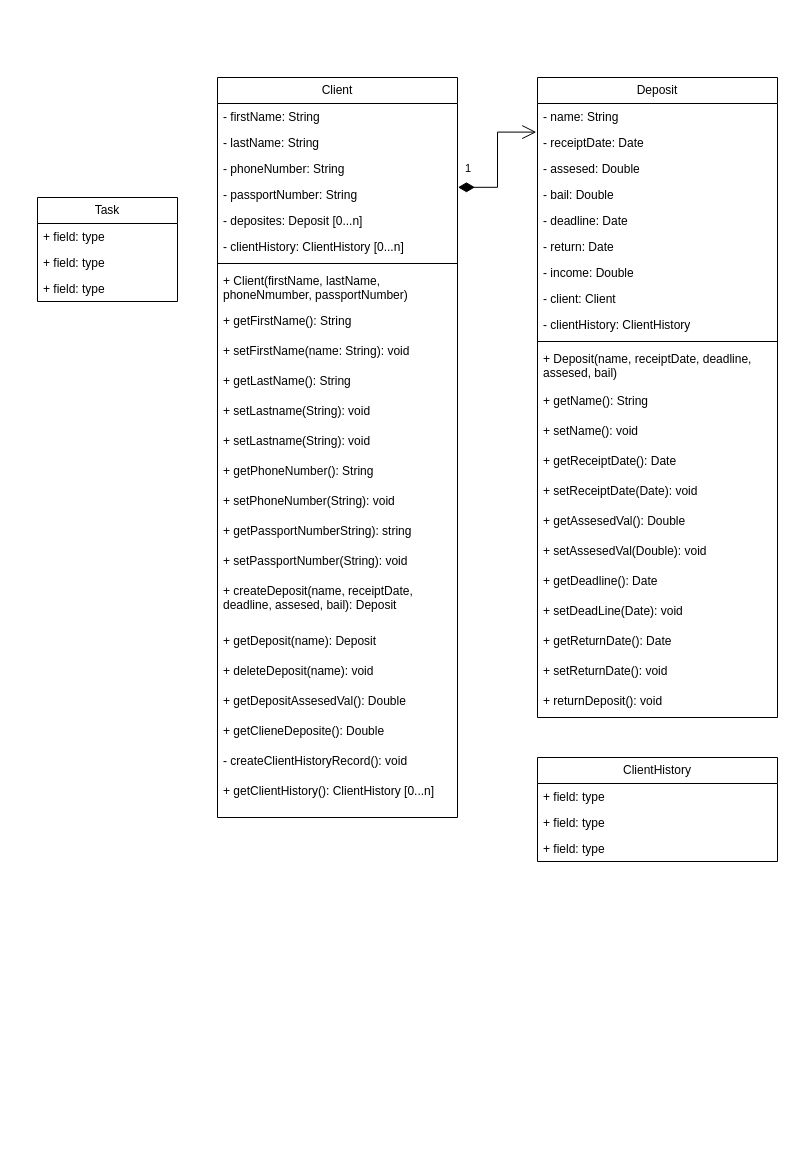
Earlier version of the draw.io diagram Untitled Diagram.drawio (rkaznouski/wallet). Source tidied: cells renumbered, new cells numbered last; positions are measured from the earlier drawing's top-left corner, leaving out a move shared by most shapes. Both pictures are drawn from the tidied source at 100%, with x=0, y=0 at pixel (37, 77).
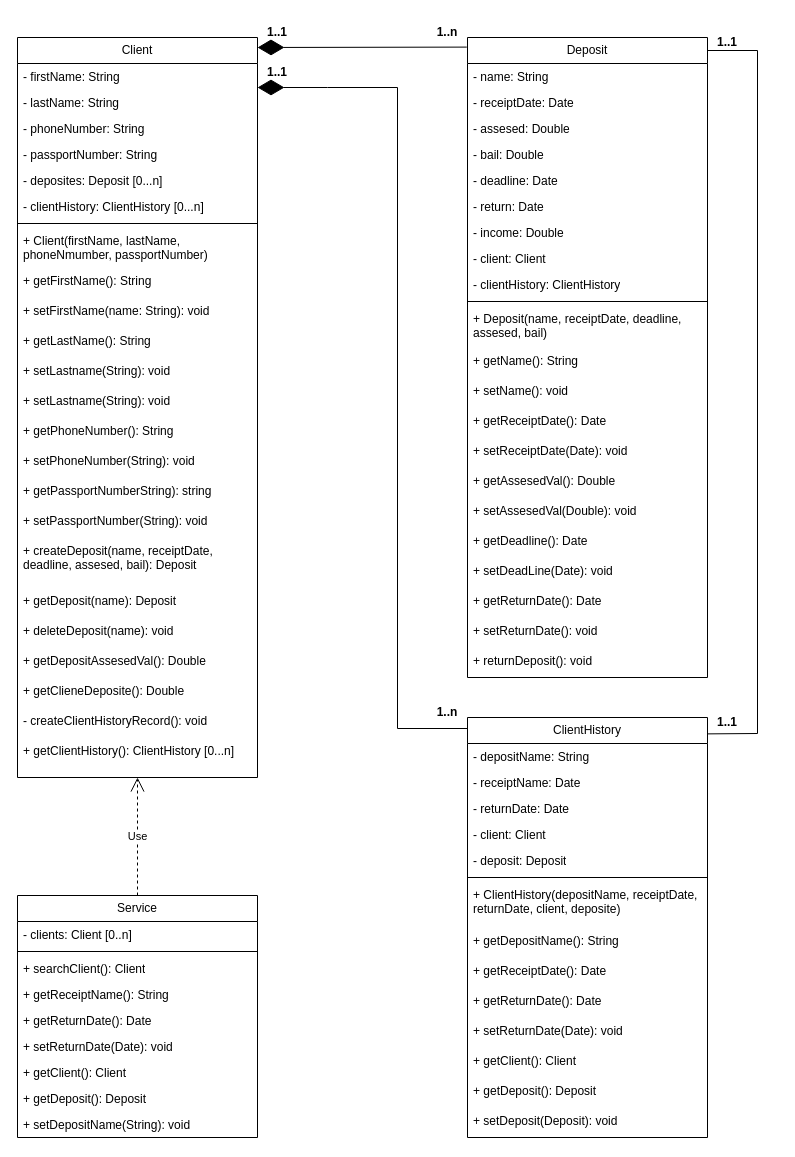
Above is the later version.

Unchanged cells that the change refers to:
```xml
<mxCell id="6" value="- passportNumber: String" style="text;strokeColor=none;fillColor=none;align=left;verticalAlign=top;spacingLeft=4;spacingRight=4;overflow=hidden;points=[[0,0.5],[1,0.5]];portConstraint=eastwest;whiteSpace=wrap;html=1;" parent="2" vertex="1">
  <mxGeometry y="104" width="240" height="26" as="geometry" />
</mxCell>
<mxCell id="29" value="- receiptDate: Date" style="text;strokeColor=none;fillColor=none;align=left;verticalAlign=top;spacingLeft=4;spacingRight=4;overflow=hidden;points=[[0,0.5],[1,0.5]];portConstraint=eastwest;whiteSpace=wrap;html=1;" parent="27" vertex="1">
  <mxGeometry y="52" width="240" height="26" as="geometry" />
</mxCell>
```

Diff of the diagram source:
```diff
@@
     <mxCell id="2" value="Client" style="swimlane;fontStyle=0;horizontal=1;startSize=26;fillColor=none;whiteSpace=wrap;html=1;" parent="1" vertex="1">
-      <mxGeometry x="180" width="240" height="740" as="geometry" />
+      <mxGeometry x="-20" y="-40" width="240" height="740" as="geometry" />
     </mxCell>
@@
     <mxCell id="27" value="Deposit" style="swimlane;fontStyle=0;horizontal=1;startSize=26;fillColor=none;whiteSpace=wrap;html=1;" parent="1" vertex="1">
-      <mxGeometry x="500" width="240" height="640" as="geometry" />
+      <mxGeometry x="430" y="-40" width="240" height="640" as="geometry" />
     </mxCell>
@@
     <mxCell id="50" value="ClientHistory" style="swimlane;fontStyle=0;horizontal=1;startSize=26;fillColor=none;whiteSpace=wrap;html=1;" parent="1" vertex="1">
-      <mxGeometry x="500" y="680" width="240" height="104" as="geometry" />
+      <mxGeometry x="430" y="640" width="240" height="420" as="geometry" />
     </mxCell>
-    <mxCell id="51" value="+ field: type" style="text;strokeColor=none;fillColor=none;align=left;verticalAlign=top;spacingLeft=4;spacingRight=4;overflow=hidden;whiteSpace=wrap;html=1;" parent="50" vertex="1">
+    <mxCell id="51" value="- depositName: String" style="text;strokeColor=none;fillColor=none;align=left;verticalAlign=top;spacingLeft=4;spacingRight=4;overflow=hidden;whiteSpace=wrap;html=1;" parent="50" vertex="1">
       <mxGeometry y="26" width="240" height="26" as="geometry" />
     </mxCell>
-    <mxCell id="52" value="+ field: type" style="text;strokeColor=none;fillColor=none;align=left;verticalAlign=top;spacingLeft=4;spacingRight=4;overflow=hidden;whiteSpace=wrap;html=1;" parent="50" vertex="1">
-      <mxGeometry y="52" width="240" height="26" as="geometry" />
-    </mxCell>
-    <mxCell id="53" value="+ field: type" style="text;strokeColor=none;fillColor=none;align=left;verticalAlign=top;spacingLeft=4;spacingRight=4;overflow=hidden;whiteSpace=wrap;html=1;" parent="50" vertex="1">
-      <mxGeometry y="78" width="240" height="26" as="geometry" />
-    </mxCell>
-    <mxCell id="54" value="1" style="endArrow=open;html=1;endSize=12;startArrow=diamondThin;startSize=14;startFill=1;edgeStyle=orthogonalEdgeStyle;align=left;verticalAlign=bottom;rounded=0;entryX=-0.005;entryY=0.1;entryDx=0;entryDy=0;entryPerimeter=0;exitX=1.002;exitY=0.223;exitDx=0;exitDy=0;exitPerimeter=0;" parent="1" edge="1" source="6" target="29">
-      <mxGeometry x="-0.91" y="10" relative="1" as="geometry">
-        <Array as="points">
-          <mxPoint x="460" y="110" />
-          <mxPoint x="460" y="55" />
-        </Array>
-      </mxGeometry>
-    </mxCell>
+    <mxCell id="59" value="- receiptName: Date" style="text;strokeColor=none;fillColor=none;align=left;verticalAlign=top;spacingLeft=4;spacingRight=4;overflow=hidden;whiteSpace=wrap;html=1;" parent="50" vertex="1">
+      <mxGeometry y="52" width="240" height="26" as="geometry" />
+    </mxCell>
+    <mxCell id="60" value="- returnDate: Date" style="text;strokeColor=none;fillColor=none;align=left;verticalAlign=top;spacingLeft=4;spacingRight=4;overflow=hidden;whiteSpace=wrap;html=1;" parent="50" vertex="1">
+      <mxGeometry y="78" width="240" height="26" as="geometry" />
+    </mxCell>
+    <mxCell id="61" value="- client: Client" style="text;strokeColor=none;fillColor=none;align=left;verticalAlign=top;spacingLeft=4;spacingRight=4;overflow=hidden;whiteSpace=wrap;html=1;" parent="50" vertex="1">
+      <mxGeometry y="104" width="240" height="26" as="geometry" />
+    </mxCell>
+    <mxCell id="62" value="- deposit: Deposit" style="text;strokeColor=none;fillColor=none;align=left;verticalAlign=top;spacingLeft=4;spacingRight=4;overflow=hidden;whiteSpace=wrap;html=1;" parent="50" vertex="1">
+      <mxGeometry y="130" width="240" height="26" as="geometry" />
+    </mxCell>
+    <mxCell id="63" style="line;strokeWidth=1;fillColor=none;align=left;verticalAlign=middle;spacingTop=-1;spacingLeft=3;spacingRight=3;labelPosition=right;strokeColor=inherit;" parent="50" vertex="1">
+      <mxGeometry y="156" width="240" height="8" as="geometry" />
+    </mxCell>
+    <mxCell id="64" value="+ ClientHistory(depositName, receiptDate, returnDate, client, deposite)" style="text;strokeColor=none;fillColor=none;align=left;verticalAlign=top;spacingLeft=4;spacingRight=4;overflow=hidden;whiteSpace=wrap;html=1;" parent="50" vertex="1">
+      <mxGeometry y="164" width="240" height="46" as="geometry" />
+    </mxCell>
+    <mxCell id="65" value="+ getDepositName(): String" style="text;strokeColor=none;fillColor=none;align=left;verticalAlign=top;spacingLeft=4;spacingRight=4;overflow=hidden;whiteSpace=wrap;html=1;" parent="50" vertex="1">
+      <mxGeometry y="210" width="240" height="30" as="geometry" />
+    </mxCell>
+    <mxCell id="66" value="+ getReceiptDate(): Date" style="text;strokeColor=none;fillColor=none;align=left;verticalAlign=top;spacingLeft=4;spacingRight=4;overflow=hidden;whiteSpace=wrap;html=1;" parent="50" vertex="1">
+      <mxGeometry y="240" width="240" height="30" as="geometry" />
+    </mxCell>
+    <mxCell id="67" value="+ getReturnDate(): Date" style="text;strokeColor=none;fillColor=none;align=left;verticalAlign=top;spacingLeft=4;spacingRight=4;overflow=hidden;whiteSpace=wrap;html=1;" parent="50" vertex="1">
+      <mxGeometry y="270" width="240" height="30" as="geometry" />
+    </mxCell>
+    <mxCell id="68" value="+ setReturnDate(Date): void" style="text;strokeColor=none;fillColor=none;align=left;verticalAlign=top;spacingLeft=4;spacingRight=4;overflow=hidden;whiteSpace=wrap;html=1;" parent="50" vertex="1">
+      <mxGeometry y="300" width="240" height="30" as="geometry" />
+    </mxCell>
+    <mxCell id="69" value="+ getClient(): Client" style="text;strokeColor=none;fillColor=none;align=left;verticalAlign=top;spacingLeft=4;spacingRight=4;overflow=hidden;whiteSpace=wrap;html=1;" parent="50" vertex="1">
+      <mxGeometry y="330" width="240" height="30" as="geometry" />
+    </mxCell>
+    <mxCell id="70" value="+ getDeposit(): Deposit" style="text;strokeColor=none;fillColor=none;align=left;verticalAlign=top;spacingLeft=4;spacingRight=4;overflow=hidden;whiteSpace=wrap;html=1;" parent="50" vertex="1">
+      <mxGeometry y="360" width="240" height="30" as="geometry" />
+    </mxCell>
+    <mxCell id="71" value="+ setDeposit(Deposit): void" style="text;strokeColor=none;fillColor=none;align=left;verticalAlign=top;spacingLeft=4;spacingRight=4;overflow=hidden;whiteSpace=wrap;html=1;" parent="50" vertex="1">
+      <mxGeometry y="390" width="240" height="30" as="geometry" />
+    </mxCell>
-    <mxCell id="55" value="Task" style="swimlane;fontStyle=0;horizontal=1;startSize=26;fillColor=none;whiteSpace=wrap;html=1;" parent="1" vertex="1">
-      <mxGeometry y="120" width="140" height="104" as="geometry" />
+    <mxCell id="55" value="Service" style="swimlane;fontStyle=0;horizontal=1;startSize=26;fillColor=none;whiteSpace=wrap;html=1;" parent="1" vertex="1">
+      <mxGeometry x="-20" y="818" width="240" height="242" as="geometry" />
     </mxCell>
-    <mxCell id="56" value="+ field: type" style="text;strokeColor=none;fillColor=none;align=left;verticalAlign=top;spacingLeft=4;spacingRight=4;overflow=hidden;whiteSpace=wrap;html=1;" parent="55" vertex="1">
-      <mxGeometry y="26" width="140" height="26" as="geometry" />
+    <mxCell id="56" value="- clients: Client [0..n]" style="text;strokeColor=none;fillColor=none;align=left;verticalAlign=top;spacingLeft=4;spacingRight=4;overflow=hidden;whiteSpace=wrap;html=1;" parent="55" vertex="1">
+      <mxGeometry y="26" width="240" height="26" as="geometry" />
     </mxCell>
-    <mxCell id="57" value="+ field: type" style="text;strokeColor=none;fillColor=none;align=left;verticalAlign=top;spacingLeft=4;spacingRight=4;overflow=hidden;whiteSpace=wrap;html=1;" parent="55" vertex="1">
-      <mxGeometry y="52" width="140" height="26" as="geometry" />
-    </mxCell>
-    <mxCell id="58" value="+ field: type" style="text;strokeColor=none;fillColor=none;align=left;verticalAlign=top;spacingLeft=4;spacingRight=4;overflow=hidden;whiteSpace=wrap;html=1;" parent="55" vertex="1">
-      <mxGeometry y="78" width="140" height="26" as="geometry" />
-    </mxCell>
+    <mxCell id="72" style="line;strokeWidth=1;fillColor=none;align=left;verticalAlign=middle;spacingTop=-1;spacingLeft=3;spacingRight=3;labelPosition=right;strokeColor=inherit;" parent="55" vertex="1">
+      <mxGeometry y="52" width="240" height="8" as="geometry" />
+    </mxCell>
+    <mxCell id="73" value="+ searchClient(): Client" style="text;strokeColor=none;fillColor=none;align=left;verticalAlign=top;spacingLeft=4;spacingRight=4;overflow=hidden;whiteSpace=wrap;html=1;" parent="55" vertex="1">
+      <mxGeometry y="60" width="240" height="26" as="geometry" />
+    </mxCell>
+    <mxCell id="74" value="+ getReceiptName(): String" style="text;strokeColor=none;fillColor=none;align=left;verticalAlign=top;spacingLeft=4;spacingRight=4;overflow=hidden;whiteSpace=wrap;html=1;" parent="55" vertex="1">
+      <mxGeometry y="86" width="240" height="26" as="geometry" />
+    </mxCell>
+    <mxCell id="75" value="+ getReturnDate(): Date" style="text;strokeColor=none;fillColor=none;align=left;verticalAlign=top;spacingLeft=4;spacingRight=4;overflow=hidden;whiteSpace=wrap;html=1;" parent="55" vertex="1">
+      <mxGeometry y="112" width="240" height="26" as="geometry" />
+    </mxCell>
+    <mxCell id="76" value="+ setReturnDate(Date): void" style="text;strokeColor=none;fillColor=none;align=left;verticalAlign=top;spacingLeft=4;spacingRight=4;overflow=hidden;whiteSpace=wrap;html=1;" parent="55" vertex="1">
+      <mxGeometry y="138" width="240" height="26" as="geometry" />
+    </mxCell>
+    <mxCell id="77" value="+ getClient(): Client" style="text;strokeColor=none;fillColor=none;align=left;verticalAlign=top;spacingLeft=4;spacingRight=4;overflow=hidden;whiteSpace=wrap;html=1;" parent="55" vertex="1">
+      <mxGeometry y="164" width="240" height="26" as="geometry" />
+    </mxCell>
+    <mxCell id="78" value="+ getDeposit(): Deposit" style="text;strokeColor=none;fillColor=none;align=left;verticalAlign=top;spacingLeft=4;spacingRight=4;overflow=hidden;whiteSpace=wrap;html=1;" parent="55" vertex="1">
+      <mxGeometry y="190" width="240" height="26" as="geometry" />
+    </mxCell>
+    <mxCell id="79" value="+ setDepositName(String): void" style="text;strokeColor=none;fillColor=none;align=left;verticalAlign=top;spacingLeft=4;spacingRight=4;overflow=hidden;whiteSpace=wrap;html=1;" parent="55" vertex="1">
+      <mxGeometry y="216" width="240" height="26" as="geometry" />
+    </mxCell>
+    <mxCell id="80" value="&lt;b&gt;1..n&lt;/b&gt;" style="text;html=1;strokeColor=none;fillColor=none;align=center;verticalAlign=middle;whiteSpace=wrap;rounded=0;" parent="1" vertex="1">
+      <mxGeometry x="380" y="-60" width="60" height="30" as="geometry" />
+    </mxCell>
+    <mxCell id="81" style="endArrow=diamondThin;endFill=1;endSize=24;html=1;rounded=0;exitX=-0.003;exitY=0.015;exitDx=0;exitDy=0;exitPerimeter=0;" parent="1" edge="1" source="27">
+      <mxGeometry relative="1" as="geometry">
+        <mxPoint x="220" y="-30" as="targetPoint" />
+      </mxGeometry>
+    </mxCell>
+    <mxCell id="82" value="&lt;b&gt;1..1&lt;/b&gt;" style="text;html=1;strokeColor=none;fillColor=none;align=center;verticalAlign=middle;whiteSpace=wrap;rounded=0;" parent="1" vertex="1">
+      <mxGeometry x="210" y="-60" width="60" height="30" as="geometry" />
+    </mxCell>
+    <mxCell id="83" style="endArrow=diamondThin;endFill=1;endSize=24;html=1;rounded=0;" parent="1" edge="1">
+      <mxGeometry relative="1" as="geometry">
+        <mxPoint x="430" y="651" as="sourcePoint" />
+        <mxPoint x="220" y="10" as="targetPoint" />
+        <Array as="points">
+          <mxPoint x="360" y="651" />
+          <mxPoint x="360" y="10" />
+          <mxPoint x="290" y="10" />
+        </Array>
+      </mxGeometry>
+    </mxCell>
+    <mxCell id="84" value="&lt;b&gt;1..1&lt;/b&gt;" style="text;html=1;strokeColor=none;fillColor=none;align=center;verticalAlign=middle;whiteSpace=wrap;rounded=0;" parent="1" vertex="1">
+      <mxGeometry x="210" y="-20" width="60" height="30" as="geometry" />
+    </mxCell>
+    <mxCell id="85" value="&lt;b&gt;1..n&lt;/b&gt;" style="text;html=1;strokeColor=none;fillColor=none;align=center;verticalAlign=middle;whiteSpace=wrap;rounded=0;" parent="1" vertex="1">
+      <mxGeometry x="380" y="620" width="60" height="30" as="geometry" />
+    </mxCell>
+    <mxCell id="86" style="endArrow=none;html=1;rounded=0;exitX=1;exitY=0.039;exitDx=0;exitDy=0;exitPerimeter=0;" parent="1" edge="1" source="50">
+      <mxGeometry relative="1" as="geometry">
+        <mxPoint x="670" y="-27" as="targetPoint" />
+        <Array as="points">
+          <mxPoint x="720" y="656" />
+          <mxPoint x="720" y="-27" />
+        </Array>
+      </mxGeometry>
+    </mxCell>
+    <mxCell id="87" value="&lt;b&gt;1..1&lt;/b&gt;" style="text;html=1;strokeColor=none;fillColor=none;align=center;verticalAlign=middle;whiteSpace=wrap;rounded=0;" parent="1" vertex="1">
+      <mxGeometry x="660" y="-50" width="60" height="30" as="geometry" />
+    </mxCell>
+    <mxCell id="88" value="&lt;b&gt;1..1&lt;/b&gt;" style="text;html=1;strokeColor=none;fillColor=none;align=center;verticalAlign=middle;whiteSpace=wrap;rounded=0;" parent="1" vertex="1">
+      <mxGeometry x="660" y="630" width="60" height="30" as="geometry" />
+    </mxCell>
+    <mxCell id="89" value="Use" style="endArrow=open;endSize=12;dashed=1;html=1;rounded=0;exitX=0.5;exitY=0;exitDx=0;exitDy=0;" parent="1" edge="1" source="55">
+      <mxGeometry relative="1" as="geometry">
+        <mxPoint x="100" y="700" as="targetPoint" />
+      </mxGeometry>
+    </mxCell>
```
